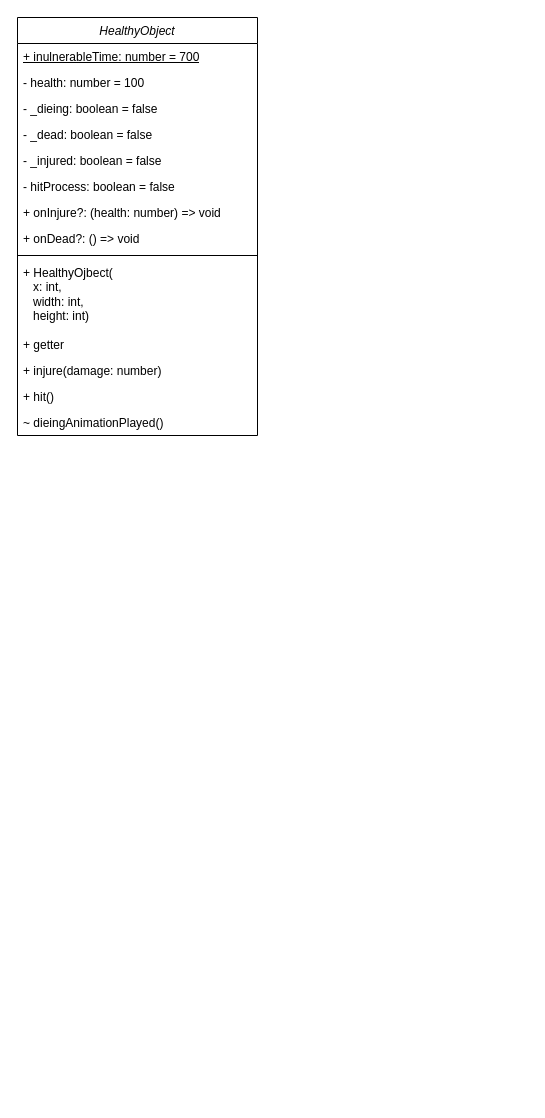
elma1989/el-pollo-loco keeps this draw.io diagram as docs/milestones/menu.drawio. Above is the earlier version. Source tidied: cells renumbered, new cells numbered last; positions are measured from the earlier drawing's top-left corner, leaving out a move shared by most shapes. Both pictures are drawn from the tidied source at 100%, with x=0, y=0 at pixel (17, 17).
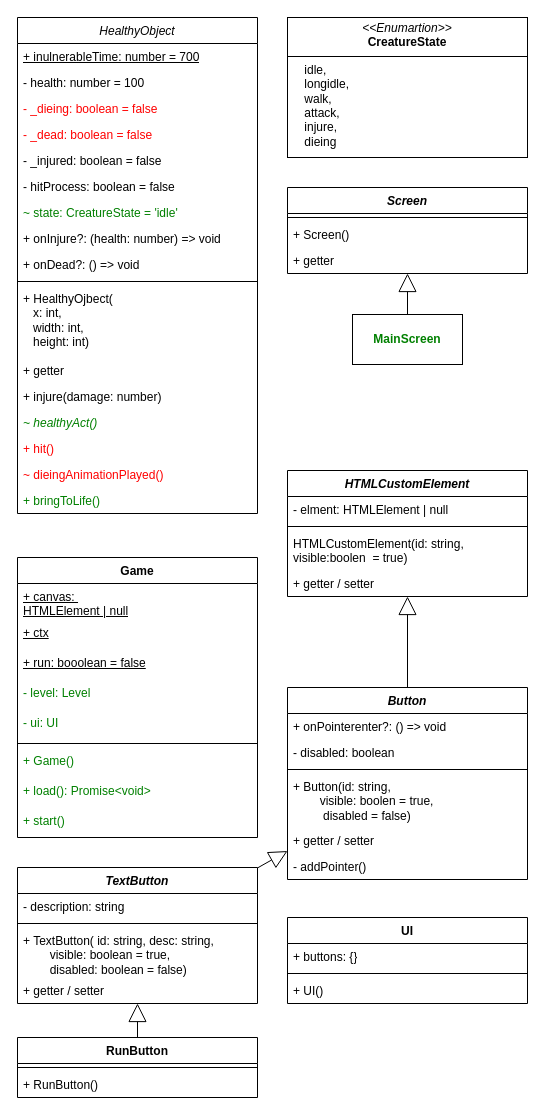
After the change.

Commit message (it also covers changes not shown here):
doc: Updated classes.drawio, menu.drawio - Updated classes to RunButton

What changed in the source:
```diff
@@
     <mxCell id="2" value="HealthyObject" style="swimlane;align=center;verticalAlign=top;horizontal=1;startSize=26;whiteSpace=wrap;html=1;strokeColor=default;fontStyle=2;fontColor=default;" parent="1" vertex="1">
-      <mxGeometry width="240" height="418" as="geometry" />
+      <mxGeometry width="240" height="496" as="geometry" />
     </mxCell>
@@
-    <mxCell id="5" value="- _dieing: boolean = false" style="text;strokeColor=none;fillColor=none;align=left;verticalAlign=top;spacingLeft=4;spacingRight=4;overflow=hidden;whiteSpace=wrap;html=1;fontStyle=0;" parent="2" vertex="1">
+    <mxCell id="5" value="- _dieing: boolean = false" style="text;strokeColor=none;fillColor=none;align=left;verticalAlign=top;spacingLeft=4;spacingRight=4;overflow=hidden;whiteSpace=wrap;html=1;fontStyle=0;fontColor=light-dark(#FF0000,#FF8080);" parent="2" vertex="1">
       <mxGeometry y="78" width="240" height="26" as="geometry" />
     </mxCell>
-    <mxCell id="6" value="- _dead: boolean = false" style="text;strokeColor=none;fillColor=none;align=left;verticalAlign=top;spacingLeft=4;spacingRight=4;overflow=hidden;whiteSpace=wrap;html=1;fontStyle=0;" parent="2" vertex="1">
+    <mxCell id="6" value="- _dead: boolean = false" style="text;strokeColor=none;fillColor=none;align=left;verticalAlign=top;spacingLeft=4;spacingRight=4;overflow=hidden;whiteSpace=wrap;html=1;fontStyle=0;fontColor=light-dark(#FF0000,#FF8080);" parent="2" vertex="1">
       <mxGeometry y="104" width="240" height="26" as="geometry" />
     </mxCell>
@@
+    <mxCell id="17" value="~ state: CreatureState = 'idle'" style="text;strokeColor=none;fillColor=none;align=left;verticalAlign=top;spacingLeft=4;spacingRight=4;overflow=hidden;whiteSpace=wrap;html=1;fontStyle=0;fontColor=light-dark(#008000,#80FF80);" parent="2" vertex="1">
+      <mxGeometry y="182" width="240" height="26" as="geometry" />
+    </mxCell>
     <mxCell id="9" value="+ onInjure?: (health: number) =&amp;gt; void" style="text;strokeColor=none;fillColor=none;align=left;verticalAlign=top;spacingLeft=4;spacingRight=4;overflow=hidden;whiteSpace=wrap;html=1;fontStyle=0;fontColor=default;" parent="2" vertex="1">
-      <mxGeometry y="182" width="240" height="26" as="geometry" />
+      <mxGeometry y="208" width="240" height="26" as="geometry" />
     </mxCell>
     <mxCell id="10" value="+ onDead?: () =&amp;gt; void" style="text;strokeColor=none;fillColor=none;align=left;verticalAlign=top;spacingLeft=4;spacingRight=4;overflow=hidden;whiteSpace=wrap;html=1;fontStyle=0;fontColor=default;" parent="2" vertex="1">
-      <mxGeometry y="208" width="240" height="26" as="geometry" />
+      <mxGeometry y="234" width="240" height="26" as="geometry" />
     </mxCell>
     <mxCell id="11" style="line;strokeWidth=1;fillColor=none;align=left;verticalAlign=middle;spacingTop=-1;spacingLeft=3;spacingRight=3;labelPosition=right;strokeColor=inherit;" parent="2" vertex="1">
-      <mxGeometry y="234" width="240" height="8" as="geometry" />
+      <mxGeometry y="260" width="240" height="8" as="geometry" />
     </mxCell>
     <mxCell id="12" value="+ HealthyOjbect(&lt;div&gt;&amp;nbsp; &amp;nbsp;x: int,&lt;/div&gt;&lt;div&gt;&lt;span style=&quot;background-color: transparent; color: light-dark(rgb(0, 0, 0), rgb(255, 255, 255));&quot;&gt;&amp;nbsp; &amp;nbsp;width: int,&lt;/span&gt;&lt;/div&gt;&lt;div&gt;&amp;nbsp; &amp;nbsp;height: int)&lt;/div&gt;" style="text;strokeColor=none;fillColor=none;align=left;verticalAlign=top;spacingLeft=4;spacingRight=4;overflow=hidden;whiteSpace=wrap;html=1;" parent="2" vertex="1">
-      <mxGeometry y="242" width="240" height="72" as="geometry" />
+      <mxGeometry y="268" width="240" height="72" as="geometry" />
     </mxCell>
     <mxCell id="13" value="+ getter" style="text;strokeColor=none;fillColor=none;align=left;verticalAlign=top;spacingLeft=4;spacingRight=4;overflow=hidden;whiteSpace=wrap;html=1;fontStyle=0;" parent="2" vertex="1">
-      <mxGeometry y="314" width="240" height="26" as="geometry" />
+      <mxGeometry y="340" width="240" height="26" as="geometry" />
     </mxCell>
     <mxCell id="14" value="+ injure(damage: number)" style="text;strokeColor=none;fillColor=none;align=left;verticalAlign=top;spacingLeft=4;spacingRight=4;overflow=hidden;whiteSpace=wrap;html=1;fontStyle=0;" parent="2" vertex="1">
-      <mxGeometry y="340" width="240" height="26" as="geometry" />
+      <mxGeometry y="366" width="240" height="26" as="geometry" />
     </mxCell>
+    <mxCell id="18" value="~ healthyAct()" style="text;strokeColor=none;fillColor=none;align=left;verticalAlign=top;spacingLeft=4;spacingRight=4;overflow=hidden;whiteSpace=wrap;html=1;fontStyle=2;fontColor=light-dark(#008000,#80FF80);" parent="2" vertex="1">
+      <mxGeometry y="392" width="240" height="26" as="geometry" />
+    </mxCell>
-    <mxCell id="15" value="+ hit()" style="text;strokeColor=none;fillColor=none;align=left;verticalAlign=top;spacingLeft=4;spacingRight=4;overflow=hidden;whiteSpace=wrap;html=1;fontStyle=0;" parent="2" vertex="1">
-      <mxGeometry y="366" width="240" height="26" as="geometry" />
+    <mxCell id="15" value="+ hit()" style="text;strokeColor=none;fillColor=none;align=left;verticalAlign=top;spacingLeft=4;spacingRight=4;overflow=hidden;whiteSpace=wrap;html=1;fontStyle=0;fontColor=light-dark(#FF0000,#FF8080);" parent="2" vertex="1">
+      <mxGeometry y="418" width="240" height="26" as="geometry" />
     </mxCell>
-    <mxCell id="16" value="~ dieingAnimationPlayed()" style="text;strokeColor=none;fillColor=none;align=left;verticalAlign=top;spacingLeft=4;spacingRight=4;overflow=hidden;whiteSpace=wrap;html=1;fontStyle=0;" parent="2" vertex="1">
-      <mxGeometry y="392" width="240" height="26" as="geometry" />
+    <mxCell id="16" value="~ dieingAnimationPlayed()" style="text;strokeColor=none;fillColor=none;align=left;verticalAlign=top;spacingLeft=4;spacingRight=4;overflow=hidden;whiteSpace=wrap;html=1;fontStyle=0;fontColor=light-dark(#FF0000,#FF8080);" parent="2" vertex="1">
+      <mxGeometry y="444" width="240" height="26" as="geometry" />
     </mxCell>
+    <mxCell id="19" value="+ bringToLife()" style="text;strokeColor=none;fillColor=none;align=left;verticalAlign=top;spacingLeft=4;spacingRight=4;overflow=hidden;whiteSpace=wrap;html=1;fontStyle=0;fontColor=light-dark(#008000,#80FF80);" parent="2" vertex="1">
+      <mxGeometry y="470" width="240" height="26" as="geometry" />
+    </mxCell>
+    <mxCell id="20" value="&lt;p style=&quot;margin:0px;margin-top:4px;text-align:center;&quot;&gt;&lt;i&gt;&amp;lt;&amp;lt;Enumartion&amp;gt;&amp;gt;&lt;/i&gt;&lt;br&gt;&lt;b&gt;CreatureState&lt;/b&gt;&lt;/p&gt;&lt;hr size=&quot;1&quot; style=&quot;border-style:solid;&quot;&gt;&lt;p style=&quot;margin:0px;margin-left:4px;&quot;&gt;&amp;nbsp; &amp;nbsp; idle,&lt;/p&gt;&lt;p style=&quot;margin:0px;margin-left:4px;&quot;&gt;&amp;nbsp; &amp;nbsp; longidle,&lt;/p&gt;&lt;p style=&quot;margin:0px;margin-left:4px;&quot;&gt;&amp;nbsp; &amp;nbsp; walk,&lt;/p&gt;&lt;p style=&quot;margin:0px;margin-left:4px;&quot;&gt;&amp;nbsp; &amp;nbsp; attack,&lt;/p&gt;&lt;p style=&quot;margin:0px;margin-left:4px;&quot;&gt;&amp;nbsp; &amp;nbsp; injure,&lt;/p&gt;&lt;p style=&quot;margin:0px;margin-left:4px;&quot;&gt;&amp;nbsp; &amp;nbsp; dieing&lt;span style=&quot;white-space: pre;&quot;&gt;&#9;&lt;/span&gt;&lt;br&gt;&lt;/p&gt;" style="verticalAlign=top;align=left;overflow=fill;html=1;whiteSpace=wrap;" parent="1" vertex="1">
+      <mxGeometry x="270" width="240" height="140" as="geometry" />
+    </mxCell>
+    <mxCell id="21" value="Screen" style="swimlane;fontStyle=3;align=center;verticalAlign=top;horizontal=1;startSize=26;whiteSpace=wrap;html=1;strokeColor=default;" parent="1" vertex="1">
+      <mxGeometry x="270" y="170" width="240" height="86" as="geometry" />
+    </mxCell>
+    <mxCell id="22" style="line;strokeWidth=1;fillColor=none;align=left;verticalAlign=middle;spacingTop=-1;spacingLeft=3;spacingRight=3;labelPosition=right;strokeColor=inherit;" parent="21" vertex="1">
+      <mxGeometry y="26" width="240" height="8" as="geometry" />
+    </mxCell>
+    <mxCell id="23" value="+ Screen()" style="text;strokeColor=none;fillColor=none;align=left;verticalAlign=top;spacingLeft=4;spacingRight=4;overflow=hidden;whiteSpace=wrap;html=1;" parent="21" vertex="1">
+      <mxGeometry y="34" width="240" height="26" as="geometry" />
+    </mxCell>
+    <mxCell id="24" value="+ getter" style="text;strokeColor=none;fillColor=none;align=left;verticalAlign=top;spacingLeft=4;spacingRight=4;overflow=hidden;whiteSpace=wrap;html=1;" parent="21" vertex="1">
+      <mxGeometry y="60" width="240" height="26" as="geometry" />
+    </mxCell>
+    <mxCell id="25" value="MainScreen" style="html=1;whiteSpace=wrap;fontStyle=1;strokeColor=default;fontColor=light-dark(#008000,#80FF80);" parent="1" vertex="1">
+      <mxGeometry x="335" y="297" width="110" height="50" as="geometry" />
+    </mxCell>
+    <mxCell id="26" style="endArrow=block;endSize=16;endFill=0;html=1;rounded=0;strokeColor=default;fontColor=light-dark(#008000,#80FF80);" parent="1" edge="1" source="25" target="21">
+      <mxGeometry relative="1" as="geometry" />
+    </mxCell>
+    <mxCell id="27" value="Button" style="swimlane;fontStyle=3;align=center;verticalAlign=top;horizontal=1;startSize=26;whiteSpace=wrap;html=1;" parent="1" vertex="1">
+      <mxGeometry x="270" y="670" width="240" height="192" as="geometry" />
+    </mxCell>
+    <mxCell id="28" value="+ onPointerenter?: () =&amp;gt; void" style="text;strokeColor=none;fillColor=none;align=left;verticalAlign=top;spacingLeft=4;spacingRight=4;overflow=hidden;whiteSpace=wrap;html=1;" parent="27" vertex="1">
+      <mxGeometry y="26" width="240" height="26" as="geometry" />
+    </mxCell>
+    <mxCell id="29" value="- disabled: boolean" style="text;strokeColor=none;fillColor=none;align=left;verticalAlign=top;spacingLeft=4;spacingRight=4;overflow=hidden;whiteSpace=wrap;html=1;" parent="27" vertex="1">
+      <mxGeometry y="52" width="240" height="26" as="geometry" />
+    </mxCell>
+    <mxCell id="30" style="line;strokeWidth=1;fillColor=none;align=left;verticalAlign=middle;spacingTop=-1;spacingLeft=3;spacingRight=3;labelPosition=right;strokeColor=inherit;" parent="27" vertex="1">
+      <mxGeometry y="78" width="240" height="8" as="geometry" />
+    </mxCell>
+    <mxCell id="31" value="+ Button(id: string,&amp;nbsp;&lt;div&gt;&lt;span style=&quot;white-space: pre;&quot;&gt;&#9;&lt;/span&gt;visible: boolen = true,&lt;/div&gt;&lt;div&gt;&lt;span style=&quot;white-space: pre;&quot;&gt;&#9;&lt;/span&gt;&amp;nbsp;disabled = false)&lt;/div&gt;" style="text;strokeColor=none;fillColor=none;align=left;verticalAlign=top;spacingLeft=4;spacingRight=4;overflow=hidden;whiteSpace=wrap;html=1;" parent="27" vertex="1">
+      <mxGeometry y="86" width="240" height="54" as="geometry" />
+    </mxCell>
+    <mxCell id="32" value="+ getter / setter" style="text;strokeColor=none;fillColor=none;align=left;verticalAlign=top;spacingLeft=4;spacingRight=4;overflow=hidden;whiteSpace=wrap;html=1;" parent="27" vertex="1">
+      <mxGeometry y="140" width="240" height="26" as="geometry" />
+    </mxCell>
+    <mxCell id="33" value="- addPointer()" style="text;strokeColor=none;fillColor=none;align=left;verticalAlign=top;spacingLeft=4;spacingRight=4;overflow=hidden;whiteSpace=wrap;html=1;" parent="27" vertex="1">
+      <mxGeometry y="166" width="240" height="26" as="geometry" />
+    </mxCell>
+    <mxCell id="34" value="Game" style="swimlane;fontStyle=1;align=center;verticalAlign=top;horizontal=1;startSize=26;whiteSpace=wrap;html=1;" parent="1" vertex="1">
+      <mxGeometry y="540" width="240" height="280" as="geometry" />
+    </mxCell>
+    <mxCell id="35" value="+ canvas:&amp;nbsp;&lt;div&gt;HTMLElement | null&lt;/div&gt;" style="text;strokeColor=none;fillColor=none;align=left;verticalAlign=top;spacingLeft=4;spacingRight=4;overflow=hidden;whiteSpace=wrap;html=1;fontStyle=4;" parent="34" vertex="1">
+      <mxGeometry y="26" width="240" height="36" as="geometry" />
+    </mxCell>
+    <mxCell id="36" value="+ ctx" style="text;strokeColor=none;fillColor=none;align=left;verticalAlign=top;spacingLeft=4;spacingRight=4;overflow=hidden;whiteSpace=wrap;html=1;fontStyle=4;" parent="34" vertex="1">
+      <mxGeometry y="62" width="240" height="30" as="geometry" />
+    </mxCell>
+    <mxCell id="37" value="+ run: booolean = false" style="text;strokeColor=none;fillColor=none;align=left;verticalAlign=top;spacingLeft=4;spacingRight=4;overflow=hidden;whiteSpace=wrap;html=1;fontStyle=4;" parent="34" vertex="1">
+      <mxGeometry y="92" width="240" height="30" as="geometry" />
+    </mxCell>
+    <mxCell id="38" value="- level: Level" style="text;strokeColor=none;fillColor=none;align=left;verticalAlign=top;spacingLeft=4;spacingRight=4;overflow=hidden;whiteSpace=wrap;html=1;fontStyle=0;fontColor=light-dark(#008000,#80FF80);" parent="34" vertex="1">
+      <mxGeometry y="122" width="240" height="30" as="geometry" />
+    </mxCell>
+    <mxCell id="39" value="- ui: UI" style="text;strokeColor=none;fillColor=none;align=left;verticalAlign=top;spacingLeft=4;spacingRight=4;overflow=hidden;whiteSpace=wrap;html=1;fontStyle=0;fontColor=light-dark(#008000,#80FF80);" parent="34" vertex="1">
+      <mxGeometry y="152" width="240" height="30" as="geometry" />
+    </mxCell>
+    <mxCell id="40" style="line;strokeWidth=1;fillColor=none;align=left;verticalAlign=middle;spacingTop=-1;spacingLeft=3;spacingRight=3;labelPosition=right;strokeColor=inherit;" parent="34" vertex="1">
+      <mxGeometry y="182" width="240" height="8" as="geometry" />
+    </mxCell>
+    <mxCell id="41" value="+ Game()" style="text;strokeColor=none;fillColor=none;align=left;verticalAlign=top;spacingLeft=4;spacingRight=4;overflow=hidden;whiteSpace=wrap;html=1;fontStyle=0;fontColor=light-dark(#008000,#80FF80);" parent="34" vertex="1">
+      <mxGeometry y="190" width="240" height="30" as="geometry" />
+    </mxCell>
+    <mxCell id="42" value="+ load(): Promise&amp;lt;void&amp;gt;" style="text;strokeColor=none;fillColor=none;align=left;verticalAlign=top;spacingLeft=4;spacingRight=4;overflow=hidden;whiteSpace=wrap;html=1;fontStyle=0;fontColor=light-dark(#008000,#80FF80);" parent="34" vertex="1">
+      <mxGeometry y="220" width="240" height="30" as="geometry" />
+    </mxCell>
+    <mxCell id="43" value="+ start()" style="text;strokeColor=none;fillColor=none;align=left;verticalAlign=top;spacingLeft=4;spacingRight=4;overflow=hidden;whiteSpace=wrap;html=1;fontStyle=0;fontColor=light-dark(#008000,#80FF80);" parent="34" vertex="1">
+      <mxGeometry y="250" width="240" height="30" as="geometry" />
+    </mxCell>
+    <mxCell id="44" value="TextButton" style="swimlane;fontStyle=3;align=center;verticalAlign=top;horizontal=1;startSize=26;whiteSpace=wrap;html=1;" parent="1" vertex="1">
+      <mxGeometry y="850" width="240" height="136" as="geometry" />
+    </mxCell>
+    <mxCell id="45" value="- description: string" style="text;strokeColor=none;fillColor=none;align=left;verticalAlign=top;spacingLeft=4;spacingRight=4;overflow=hidden;whiteSpace=wrap;html=1;" parent="44" vertex="1">
+      <mxGeometry y="26" width="240" height="26" as="geometry" />
+    </mxCell>
+    <mxCell id="46" style="line;strokeWidth=1;fillColor=none;align=left;verticalAlign=middle;spacingTop=-1;spacingLeft=3;spacingRight=3;labelPosition=right;strokeColor=inherit;" parent="44" vertex="1">
+      <mxGeometry y="52" width="240" height="8" as="geometry" />
+    </mxCell>
+    <mxCell id="47" value="+ TextButton( id: string, desc: string,&lt;div&gt;&lt;span style=&quot;white-space: pre;&quot;&gt;&#9;&lt;/span&gt;visible: boolean = true,&amp;nbsp;&lt;/div&gt;&lt;div&gt;&lt;span style=&quot;white-space: pre;&quot;&gt;&#9;&lt;/span&gt;disabled: boolean = false)&lt;/div&gt;" style="text;strokeColor=none;fillColor=none;align=left;verticalAlign=top;spacingLeft=4;spacingRight=4;overflow=hidden;whiteSpace=wrap;html=1;" parent="44" vertex="1">
+      <mxGeometry y="60" width="240" height="50" as="geometry" />
+    </mxCell>
+    <mxCell id="48" value="+ getter / setter" style="text;strokeColor=none;fillColor=none;align=left;verticalAlign=top;spacingLeft=4;spacingRight=4;overflow=hidden;whiteSpace=wrap;html=1;" parent="44" vertex="1">
+      <mxGeometry y="110" width="240" height="26" as="geometry" />
+    </mxCell>
+    <mxCell id="49" style="endArrow=block;endSize=16;endFill=0;html=1;rounded=0;strokeColor=default;" parent="1" edge="1" source="44" target="27">
+      <mxGeometry relative="1" as="geometry" />
+    </mxCell>
+    <mxCell id="50" value="HTMLCustomElement" style="swimlane;fontStyle=3;align=center;verticalAlign=top;horizontal=1;startSize=26;whiteSpace=wrap;html=1;" parent="1" vertex="1">
+      <mxGeometry x="270" y="453" width="240" height="126" as="geometry" />
+    </mxCell>
+    <mxCell id="51" value="- elment: HTMLElement | null" style="text;strokeColor=none;fillColor=none;align=left;verticalAlign=top;spacingLeft=4;spacingRight=4;overflow=hidden;whiteSpace=wrap;html=1;" parent="50" vertex="1">
+      <mxGeometry y="26" width="240" height="26" as="geometry" />
+    </mxCell>
+    <mxCell id="52" style="line;strokeWidth=1;fillColor=none;align=left;verticalAlign=middle;spacingTop=-1;spacingLeft=3;spacingRight=3;labelPosition=right;strokeColor=inherit;" parent="50" vertex="1">
+      <mxGeometry y="52" width="240" height="8" as="geometry" />
+    </mxCell>
+    <mxCell id="53" value="HTMLCustomElement(id: string, visible:boolen&amp;nbsp; = true)" style="text;strokeColor=none;fillColor=none;align=left;verticalAlign=top;spacingLeft=4;spacingRight=4;overflow=hidden;whiteSpace=wrap;html=1;" parent="50" vertex="1">
+      <mxGeometry y="60" width="240" height="40" as="geometry" />
+    </mxCell>
+    <mxCell id="54" value="+ getter / setter" style="text;strokeColor=none;fillColor=none;align=left;verticalAlign=top;spacingLeft=4;spacingRight=4;overflow=hidden;whiteSpace=wrap;html=1;" parent="50" vertex="1">
+      <mxGeometry y="100" width="240" height="26" as="geometry" />
+    </mxCell>
+    <mxCell id="55" style="endArrow=block;endSize=16;endFill=0;html=1;rounded=0;strokeColor=default;" parent="1" edge="1" source="27" target="50">
+      <mxGeometry relative="1" as="geometry" />
+    </mxCell>
+    <mxCell id="56" value="RunButton" style="swimlane;fontStyle=1;align=center;verticalAlign=top;horizontal=1;startSize=26;whiteSpace=wrap;html=1;" parent="1" vertex="1">
+      <mxGeometry y="1020" width="240" height="60" as="geometry" />
+    </mxCell>
+    <mxCell id="57" style="line;strokeWidth=1;fillColor=none;align=left;verticalAlign=middle;spacingTop=-1;spacingLeft=3;spacingRight=3;labelPosition=right;strokeColor=inherit;" parent="56" vertex="1">
+      <mxGeometry y="26" width="240" height="8" as="geometry" />
+    </mxCell>
+    <mxCell id="58" value="+ RunButton()" style="text;strokeColor=none;fillColor=none;align=left;verticalAlign=top;spacingLeft=4;spacingRight=4;overflow=hidden;whiteSpace=wrap;html=1;" parent="56" vertex="1">
+      <mxGeometry y="34" width="240" height="26" as="geometry" />
+    </mxCell>
+    <mxCell id="59" style="endArrow=block;endSize=16;endFill=0;html=1;rounded=0;strokeColor=default;" parent="1" edge="1" source="56" target="44">
+      <mxGeometry relative="1" as="geometry" />
+    </mxCell>
+    <mxCell id="60" value="UI" style="swimlane;fontStyle=1;align=center;verticalAlign=top;horizontal=1;startSize=26;whiteSpace=wrap;html=1;" parent="1" vertex="1">
+      <mxGeometry x="270" y="900" width="240" height="86" as="geometry" />
+    </mxCell>
+    <mxCell id="61" value="+ buttons: {}" style="text;strokeColor=none;fillColor=none;align=left;verticalAlign=top;spacingLeft=4;spacingRight=4;overflow=hidden;whiteSpace=wrap;html=1;fontStyle=0;" parent="60" vertex="1">
+      <mxGeometry y="26" width="240" height="26" as="geometry" />
+    </mxCell>
+    <mxCell id="62" style="line;strokeWidth=1;fillColor=none;align=left;verticalAlign=middle;spacingTop=-1;spacingLeft=3;spacingRight=3;labelPosition=right;strokeColor=inherit;" parent="60" vertex="1">
+      <mxGeometry y="52" width="240" height="8" as="geometry" />
+    </mxCell>
+    <mxCell id="63" value="+ UI()" style="text;strokeColor=none;fillColor=none;align=left;verticalAlign=top;spacingLeft=4;spacingRight=4;overflow=hidden;whiteSpace=wrap;html=1;" parent="60" vertex="1">
+      <mxGeometry y="60" width="240" height="26" as="geometry" />
+    </mxCell>
```
